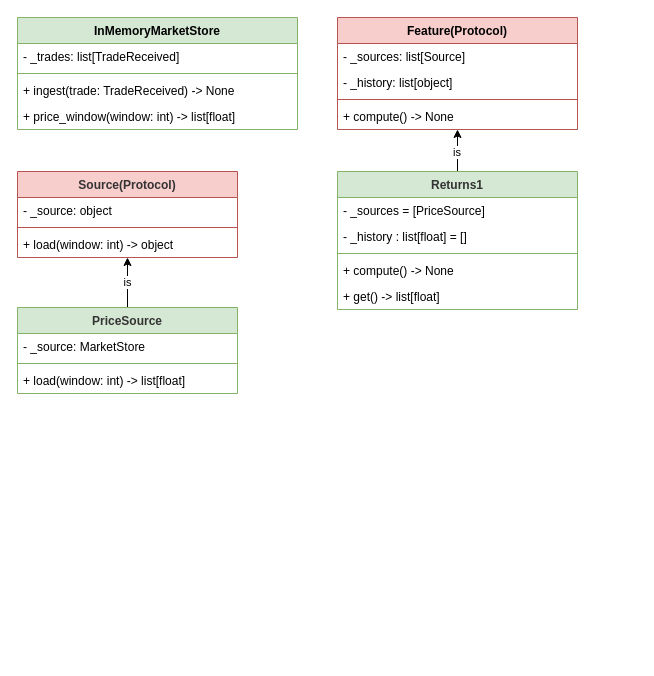
The draw.io diagram page "Mono-Symbol" (1 of 2) of docs/02. Diagrams/Feature Model and Semantics.drawio in ManuelBayon/InvestIQ-v2, before the edit. Source tidied: cells renumbered, new cells numbered last; positions are measured from the earlier drawing's top-left corner, leaving out a move shared by most shapes. Both pictures are drawn from the tidied source at 100%, with x=0, y=0 at pixel (17, 17).
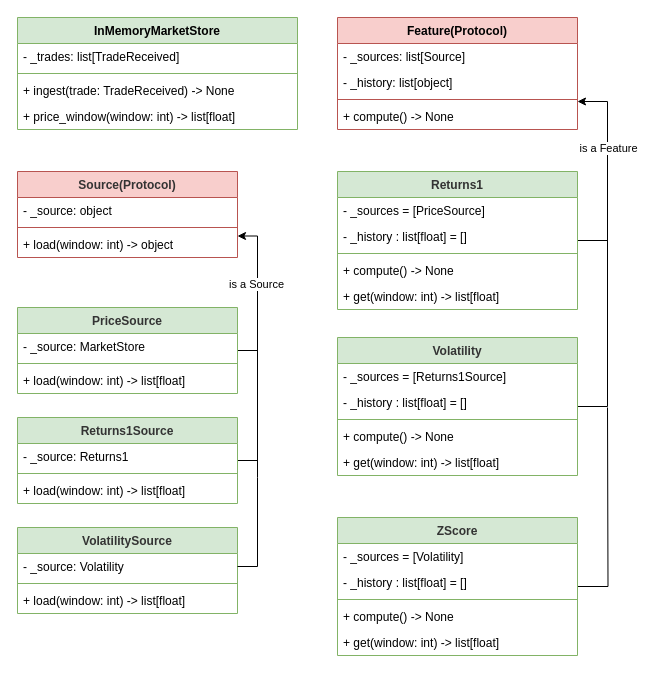
The same page after the edit.

Commit message (it also covers changes not shown here):
feat(features): prototype composable feature dependency graph

- introduce source adapters for feature to feature dependencies
- add rolling volatility feature over returns
- add z-score feature skeleton
- expose windowed feature history access
- extend market fixture mor multi-step feature chain validation

Unchanged cells that the change refers to:
```xml
<mxCell id="7" value="Feature(Protocol)" style="swimlane;fontStyle=1;align=center;verticalAlign=top;horizontal=1;startSize=26;whiteSpace=wrap;html=1;fillColor=#f8cecc;strokeColor=#b85450;" parent="1" vertex="1">
  <mxGeometry x="320" width="240" height="112" as="geometry" />
</mxCell>
<mxCell id="12" value="&lt;span style=&quot;color: rgb(51, 51, 51);&quot;&gt;Source(Protocol)&lt;/span&gt;" style="swimlane;fontStyle=1;align=center;verticalAlign=top;horizontal=1;startSize=26;whiteSpace=wrap;html=1;fillColor=#f8cecc;strokeColor=#b85450;" parent="1" vertex="1">
  <mxGeometry y="154" width="220" height="86" as="geometry" />
</mxCell>
<mxCell id="18" value="&lt;span style=&quot;color: rgb(51, 51, 51);&quot;&gt;PriceSource&lt;/span&gt;" style="swimlane;fontStyle=1;align=center;verticalAlign=top;horizontal=1;startSize=26;whiteSpace=wrap;html=1;fillColor=#d5e8d4;strokeColor=#82b366;" parent="1" vertex="1">
  <mxGeometry y="290" width="220" height="86" as="geometry" />
</mxCell>
<mxCell id="24" value="&lt;span style=&quot;color: rgb(51, 51, 51);&quot;&gt;Returns1&lt;/span&gt;" style="swimlane;fontStyle=1;align=center;verticalAlign=top;horizontal=1;startSize=26;whiteSpace=wrap;html=1;fillColor=#d5e8d4;strokeColor=#82b366;" parent="1" vertex="1">
  <mxGeometry x="320" y="154" width="240" height="138" as="geometry" />
</mxCell>
```

Diff of the diagram source:
```diff
@@
-    <mxCell id="16" style="edgeStyle=orthogonalEdgeStyle;rounded=0;jettySize=auto;html=1;exitX=0.5;exitY=0;exitDx=0;exitDy=0;entryX=0.5;entryY=1;entryDx=0;entryDy=0;" parent="1" edge="1" source="18" target="12">
-      <mxGeometry relative="1" as="geometry" />
-    </mxCell>
-    <mxCell id="17" value="is" style="edgeLabel;html=1;align=center;verticalAlign=middle;" parent="16" vertex="1">
-      <mxGeometry x="0.03" y="1" relative="1" as="geometry" />
-    </mxCell>
+    <mxCell id="30" style="edgeStyle=orthogonalEdgeStyle;rounded=0;jettySize=auto;html=1;exitX=1;exitY=0.5;exitDx=0;exitDy=0;endArrow=none;endFill=0;" parent="1" edge="1" source="18">
+      <mxGeometry relative="1" as="geometry">
+        <mxPoint x="240" y="333" as="targetPoint" />
+      </mxGeometry>
+    </mxCell>
@@
-    <mxCell id="22" style="edgeStyle=orthogonalEdgeStyle;rounded=0;jettySize=auto;html=1;exitX=0.5;exitY=0;exitDx=0;exitDy=0;entryX=0.5;entryY=1;entryDx=0;entryDy=0;" parent="1" edge="1" source="24" target="7">
-      <mxGeometry relative="1" as="geometry" />
-    </mxCell>
-    <mxCell id="23" value="is&amp;nbsp;" style="edgeLabel;html=1;align=center;verticalAlign=middle;" parent="22" vertex="1">
-      <mxGeometry x="-0.03" relative="1" as="geometry" />
-    </mxCell>
+    <mxCell id="31" style="edgeStyle=orthogonalEdgeStyle;rounded=0;jettySize=auto;html=1;exitX=1;exitY=0.5;exitDx=0;exitDy=0;endArrow=none;endFill=0;" parent="1" edge="1" source="24">
+      <mxGeometry relative="1" as="geometry">
+        <mxPoint x="590" y="223" as="targetPoint" />
+      </mxGeometry>
+    </mxCell>
@@
-    <mxCell id="29" value="+ get() -&amp;gt; list[float]" style="text;strokeColor=none;fillColor=none;align=left;verticalAlign=top;spacingLeft=4;spacingRight=4;overflow=hidden;whiteSpace=wrap;html=1;" parent="24" vertex="1">
+    <mxCell id="29" value="+ get(window: int) -&amp;gt; list[float]" style="text;strokeColor=none;fillColor=none;align=left;verticalAlign=top;spacingLeft=4;spacingRight=4;overflow=hidden;whiteSpace=wrap;html=1;" parent="24" vertex="1">
       <mxGeometry y="112" width="240" height="26" as="geometry" />
     </mxCell>
+    <mxCell id="32" style="edgeStyle=orthogonalEdgeStyle;rounded=0;jettySize=auto;html=1;exitX=1;exitY=0.5;exitDx=0;exitDy=0;entryX=1;entryY=0.75;entryDx=0;entryDy=0;" parent="1" edge="1" source="34" target="12">
+      <mxGeometry relative="1" as="geometry" />
+    </mxCell>
+    <mxCell id="33" value="is a Source" style="edgeLabel;html=1;align=center;verticalAlign=middle;" parent="32" vertex="1">
+      <mxGeometry x="0.46" y="2" relative="1" as="geometry">
+        <mxPoint y="-4" as="offset" />
+      </mxGeometry>
+    </mxCell>
+    <mxCell id="34" value="&lt;span style=&quot;color: rgb(51, 51, 51);&quot;&gt;Returns1Source&lt;/span&gt;" style="swimlane;fontStyle=1;align=center;verticalAlign=top;horizontal=1;startSize=26;whiteSpace=wrap;html=1;fillColor=#d5e8d4;strokeColor=#82b366;" parent="1" vertex="1">
+      <mxGeometry y="400" width="220" height="86" as="geometry" />
+    </mxCell>
+    <mxCell id="35" value="&lt;div&gt;&lt;span style=&quot;text-align: center;&quot;&gt;- _source: Returns1&lt;/span&gt;&lt;/div&gt;" style="text;strokeColor=none;fillColor=none;align=left;verticalAlign=top;spacingLeft=4;spacingRight=4;overflow=hidden;whiteSpace=wrap;html=1;" parent="34" vertex="1">
+      <mxGeometry y="26" width="220" height="26" as="geometry" />
+    </mxCell>
+    <mxCell id="36" style="line;strokeWidth=1;fillColor=none;align=left;verticalAlign=middle;spacingTop=-1;spacingLeft=3;spacingRight=3;labelPosition=right;strokeColor=inherit;" parent="34" vertex="1">
+      <mxGeometry y="52" width="220" height="8" as="geometry" />
+    </mxCell>
+    <mxCell id="37" value="+ load(window: int) -&amp;gt; list[float]" style="text;strokeColor=none;fillColor=none;align=left;verticalAlign=top;spacingLeft=4;spacingRight=4;overflow=hidden;whiteSpace=wrap;html=1;" parent="34" vertex="1">
+      <mxGeometry y="60" width="220" height="26" as="geometry" />
+    </mxCell>
+    <mxCell id="38" style="edgeStyle=orthogonalEdgeStyle;rounded=0;jettySize=auto;html=1;exitX=1;exitY=0.5;exitDx=0;exitDy=0;entryX=1;entryY=0.75;entryDx=0;entryDy=0;" parent="1" edge="1" source="40" target="7">
+      <mxGeometry relative="1" as="geometry">
+        <Array as="points">
+          <mxPoint x="590" y="389" />
+          <mxPoint x="590" y="84" />
+        </Array>
+      </mxGeometry>
+    </mxCell>
+    <mxCell id="39" value="is a Feature" style="edgeLabel;html=1;align=center;verticalAlign=middle;" parent="38" vertex="1">
+      <mxGeometry x="0.66" relative="1" as="geometry">
+        <mxPoint y="14" as="offset" />
+      </mxGeometry>
+    </mxCell>
+    <mxCell id="40" value="&lt;span style=&quot;color: rgb(51, 51, 51);&quot;&gt;Volatility&lt;/span&gt;" style="swimlane;fontStyle=1;align=center;verticalAlign=top;horizontal=1;startSize=26;whiteSpace=wrap;html=1;fillColor=#d5e8d4;strokeColor=#82b366;" parent="1" vertex="1">
+      <mxGeometry x="320" y="320" width="240" height="138" as="geometry" />
+    </mxCell>
+    <mxCell id="41" value="&lt;div&gt;&lt;span style=&quot;text-align: center;&quot;&gt;- _sources = [Returns1Source]&lt;/span&gt;&lt;/div&gt;" style="text;strokeColor=none;fillColor=none;align=left;verticalAlign=top;spacingLeft=4;spacingRight=4;overflow=hidden;whiteSpace=wrap;html=1;" parent="40" vertex="1">
+      <mxGeometry y="26" width="240" height="26" as="geometry" />
+    </mxCell>
+    <mxCell id="42" value="&lt;div&gt;&lt;span style=&quot;text-align: center;&quot;&gt;- _history : list[float] = []&lt;/span&gt;&lt;/div&gt;" style="text;strokeColor=none;fillColor=none;align=left;verticalAlign=top;spacingLeft=4;spacingRight=4;overflow=hidden;whiteSpace=wrap;html=1;" parent="40" vertex="1">
+      <mxGeometry y="52" width="240" height="26" as="geometry" />
+    </mxCell>
+    <mxCell id="43" style="line;strokeWidth=1;fillColor=none;align=left;verticalAlign=middle;spacingTop=-1;spacingLeft=3;spacingRight=3;labelPosition=right;strokeColor=inherit;" parent="40" vertex="1">
+      <mxGeometry y="78" width="240" height="8" as="geometry" />
+    </mxCell>
+    <mxCell id="44" value="+ compute() -&amp;gt; None" style="text;strokeColor=none;fillColor=none;align=left;verticalAlign=top;spacingLeft=4;spacingRight=4;overflow=hidden;whiteSpace=wrap;html=1;" parent="40" vertex="1">
+      <mxGeometry y="86" width="240" height="26" as="geometry" />
+    </mxCell>
+    <mxCell id="45" value="+ get(window: int) -&amp;gt; list[float]" style="text;strokeColor=none;fillColor=none;align=left;verticalAlign=top;spacingLeft=4;spacingRight=4;overflow=hidden;whiteSpace=wrap;html=1;" parent="40" vertex="1">
+      <mxGeometry y="112" width="240" height="26" as="geometry" />
+    </mxCell>
+    <mxCell id="46" style="edgeStyle=orthogonalEdgeStyle;rounded=0;jettySize=auto;html=1;exitX=1;exitY=0.5;exitDx=0;exitDy=0;endArrow=none;endFill=0;" parent="1" edge="1" source="47">
+      <mxGeometry relative="1" as="geometry">
+        <mxPoint x="590" y="390" as="targetPoint" />
+      </mxGeometry>
+    </mxCell>
+    <mxCell id="47" value="&lt;span style=&quot;color: rgb(51, 51, 51);&quot;&gt;ZScore&lt;/span&gt;" style="swimlane;fontStyle=1;align=center;verticalAlign=top;horizontal=1;startSize=26;whiteSpace=wrap;html=1;fillColor=#d5e8d4;strokeColor=#82b366;" parent="1" vertex="1">
+      <mxGeometry x="320" y="500" width="240" height="138" as="geometry" />
+    </mxCell>
+    <mxCell id="48" value="&lt;div&gt;&lt;span style=&quot;text-align: center;&quot;&gt;- _sources = [Volatility]&lt;/span&gt;&lt;/div&gt;" style="text;strokeColor=none;fillColor=none;align=left;verticalAlign=top;spacingLeft=4;spacingRight=4;overflow=hidden;whiteSpace=wrap;html=1;" parent="47" vertex="1">
+      <mxGeometry y="26" width="240" height="26" as="geometry" />
+    </mxCell>
+    <mxCell id="49" value="&lt;div&gt;&lt;span style=&quot;text-align: center;&quot;&gt;- _history : list[float] = []&lt;/span&gt;&lt;/div&gt;" style="text;strokeColor=none;fillColor=none;align=left;verticalAlign=top;spacingLeft=4;spacingRight=4;overflow=hidden;whiteSpace=wrap;html=1;" parent="47" vertex="1">
+      <mxGeometry y="52" width="240" height="26" as="geometry" />
+    </mxCell>
+    <mxCell id="50" style="line;strokeWidth=1;fillColor=none;align=left;verticalAlign=middle;spacingTop=-1;spacingLeft=3;spacingRight=3;labelPosition=right;strokeColor=inherit;" parent="47" vertex="1">
+      <mxGeometry y="78" width="240" height="8" as="geometry" />
+    </mxCell>
+    <mxCell id="51" value="+ compute() -&amp;gt; None" style="text;strokeColor=none;fillColor=none;align=left;verticalAlign=top;spacingLeft=4;spacingRight=4;overflow=hidden;whiteSpace=wrap;html=1;" parent="47" vertex="1">
+      <mxGeometry y="86" width="240" height="26" as="geometry" />
+    </mxCell>
+    <mxCell id="52" value="+ get(window: int) -&amp;gt; list[float]" style="text;strokeColor=none;fillColor=none;align=left;verticalAlign=top;spacingLeft=4;spacingRight=4;overflow=hidden;whiteSpace=wrap;html=1;" parent="47" vertex="1">
+      <mxGeometry y="112" width="240" height="26" as="geometry" />
+    </mxCell>
+    <mxCell id="53" value="&lt;span style=&quot;color: rgb(51, 51, 51);&quot;&gt;VolatilitySource&lt;/span&gt;" style="swimlane;fontStyle=1;align=center;verticalAlign=top;horizontal=1;startSize=26;whiteSpace=wrap;html=1;fillColor=#d5e8d4;strokeColor=#82b366;" parent="1" vertex="1">
+      <mxGeometry y="510" width="220" height="86" as="geometry" />
+    </mxCell>
+    <mxCell id="54" style="edgeStyle=orthogonalEdgeStyle;rounded=0;jettySize=auto;html=1;exitX=1;exitY=0.5;exitDx=0;exitDy=0;endArrow=none;endFill=0;" parent="53" edge="1" source="55">
+      <mxGeometry relative="1" as="geometry">
+        <mxPoint x="240" y="-70" as="targetPoint" />
+        <Array as="points">
+          <mxPoint x="240" y="39" />
+          <mxPoint x="240" y="-50" />
+        </Array>
+      </mxGeometry>
+    </mxCell>
+    <mxCell id="55" value="&lt;div&gt;&lt;span style=&quot;text-align: center;&quot;&gt;- _source: Volatility&lt;/span&gt;&lt;/div&gt;" style="text;strokeColor=none;fillColor=none;align=left;verticalAlign=top;spacingLeft=4;spacingRight=4;overflow=hidden;points=[[0,0.5],[1,0.5]];portConstraint=eastwest;whiteSpace=wrap;html=1;" parent="53" vertex="1">
+      <mxGeometry y="26" width="220" height="26" as="geometry" />
+    </mxCell>
+    <mxCell id="56" style="line;strokeWidth=1;fillColor=none;align=left;verticalAlign=middle;spacingTop=-1;spacingLeft=3;spacingRight=3;labelPosition=right;strokeColor=inherit;" parent="53" vertex="1">
+      <mxGeometry y="52" width="220" height="8" as="geometry" />
+    </mxCell>
+    <mxCell id="57" value="+ load(window: int) -&amp;gt; list[float]" style="text;strokeColor=none;fillColor=none;align=left;verticalAlign=top;spacingLeft=4;spacingRight=4;overflow=hidden;whiteSpace=wrap;html=1;" parent="53" vertex="1">
+      <mxGeometry y="60" width="220" height="26" as="geometry" />
+    </mxCell>
```
